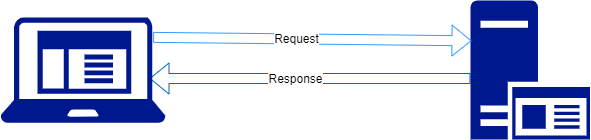
ho-ssain/Test_Dia keeps this draw.io diagram as Test.drawio.png. Above is the earlier version. Source tidied: cells renumbered, new cells last; positions are measured from the earlier drawing's top-left corner, leaving out a move shared by most shapes.
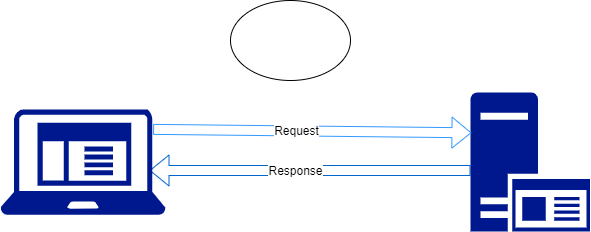
Above is the later version.

What changed in the source:
```diff
@@ -23,5 +23,8 @@
     <mxCell id="7" value="&lt;font style=&quot;font-size: 12px;&quot;&gt;Request&lt;/font&gt;" style="edgeLabel;html=1;align=center;verticalAlign=middle;" parent="6" vertex="1">
       <mxGeometry x="-0.1" relative="1" as="geometry" />
     </mxCell>
+    <mxCell id="8" style="ellipse;whiteSpace=wrap;html=1;" parent="1" vertex="1">
+      <mxGeometry x="230" y="-92" width="120" height="80" as="geometry" />
+    </mxCell>
   </root>
 </mxGraphModel>
```
